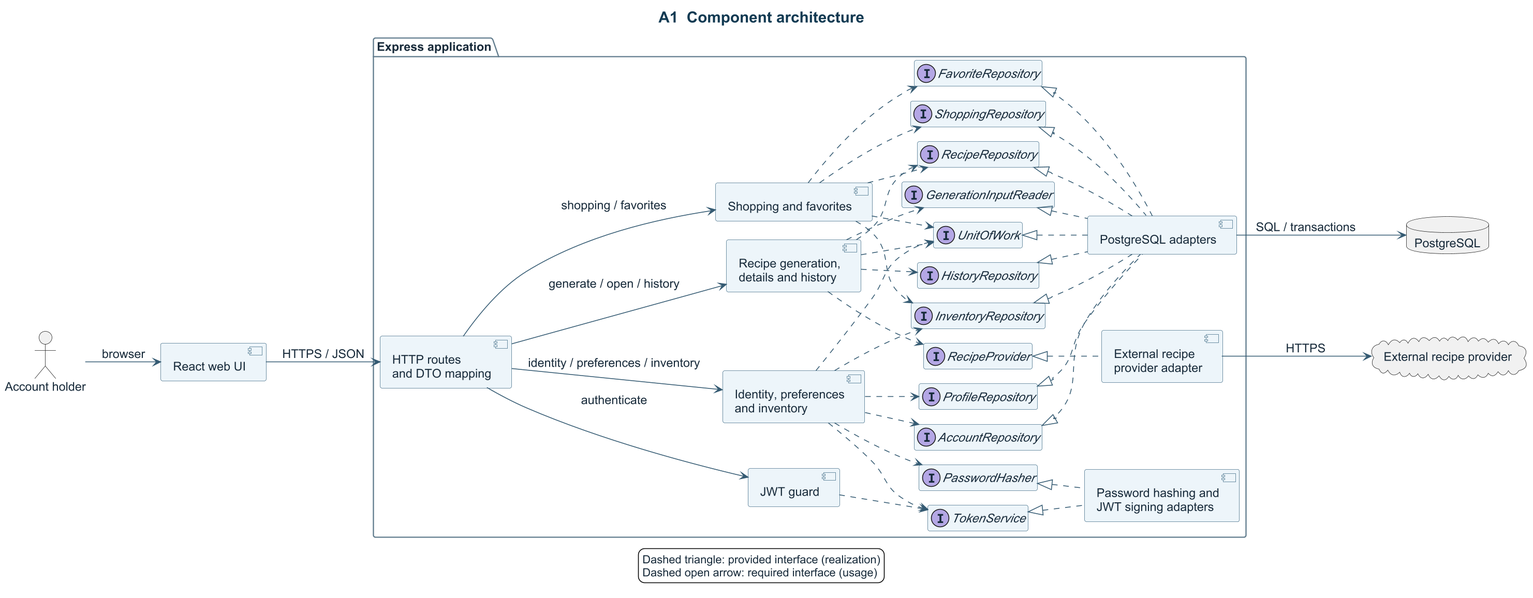
The PlantUML diagram docs/design/arch/component.png in SarpCizer/CMPE331-Project, before a commit.
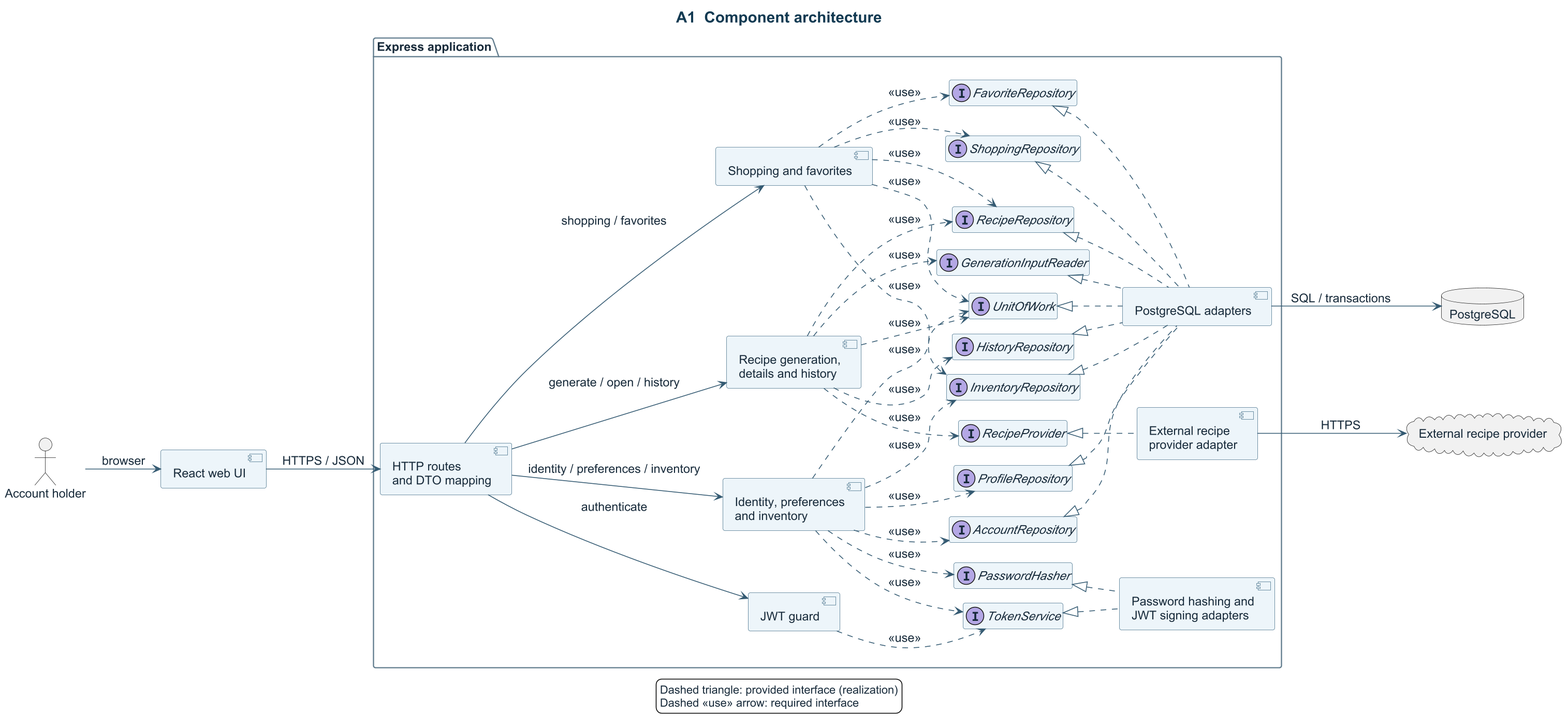
After the change.

Commit message:
docs: mark required UML interfaces explicitly

Diff of the diagram source:
```diff
@@ -70,26 +70,26 @@
 PasswordHasher <|.. Security
 TokenService <|.. Security
 RecipeProvider <|.. Adapter
-Core ..> AccountRepository
-Core ..> ProfileRepository
-Core ..> InventoryRepository
-Core ..> UnitOfWork
-Core ..> PasswordHasher
-Core ..> TokenService
-Guard ..> TokenService
-Recipes ..> RecipeRepository
-Recipes ..> GenerationInputReader
-Recipes ..> HistoryRepository
-Recipes ..> UnitOfWork
-Recipes ..> RecipeProvider
-Lists ..> RecipeRepository
-Lists ..> InventoryRepository
-Lists ..> ShoppingRepository
-Lists ..> FavoriteRepository
-Lists ..> UnitOfWork
+Core ..> AccountRepository : <U+00AB>use<U+00BB>
+Core ..> ProfileRepository : <U+00AB>use<U+00BB>
+Core ..> InventoryRepository : <U+00AB>use<U+00BB>
+Core ..> UnitOfWork : <U+00AB>use<U+00BB>
+Core ..> PasswordHasher : <U+00AB>use<U+00BB>
+Core ..> TokenService : <U+00AB>use<U+00BB>
+Guard ..> TokenService : <U+00AB>use<U+00BB>
+Recipes ..> RecipeRepository : <U+00AB>use<U+00BB>
+Recipes ..> GenerationInputReader : <U+00AB>use<U+00BB>
+Recipes ..> HistoryRepository : <U+00AB>use<U+00BB>
+Recipes ..> UnitOfWork : <U+00AB>use<U+00BB>
+Recipes ..> RecipeProvider : <U+00AB>use<U+00BB>
+Lists ..> RecipeRepository : <U+00AB>use<U+00BB>
+Lists ..> InventoryRepository : <U+00AB>use<U+00BB>
+Lists ..> ShoppingRepository : <U+00AB>use<U+00BB>
+Lists ..> FavoriteRepository : <U+00AB>use<U+00BB>
+Lists ..> UnitOfWork : <U+00AB>use<U+00BB>
 
 legend bottom
   Dashed triangle: provided interface (realization)
-  Dashed open arrow: required interface (usage)
+  Dashed «use» arrow: required interface
 endlegend
 @enduml
```
